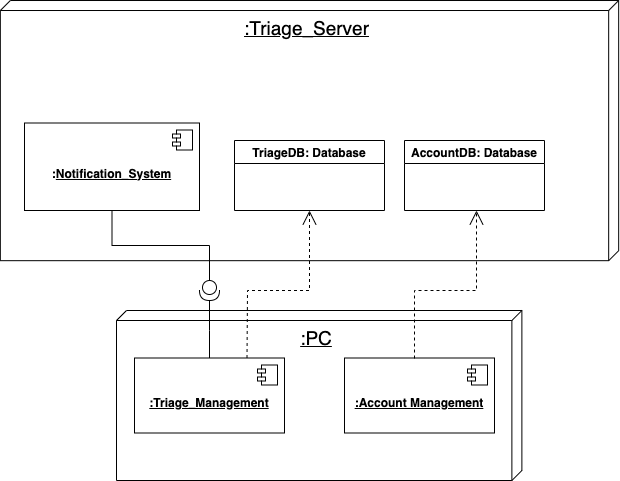
This is Milestone2/Diagrams/pngs/deployment.drawio.png from SENG-350-2024-fall/Team5, a draw.io export, as it was before one commit. Source tidied: cells renumbered, new cells last; positions are measured from the earlier drawing's top-left corner, leaving out a move shared by most shapes. Its diagram source:
```xml
<mxGraphModel>
  <root>
    <mxCell id="0" />
    <mxCell id="1" parent="0" />
    <mxCell id="2" value="&lt;font style=&quot;font-size: 19px;&quot;&gt;&lt;u&gt;:Triage_Server&lt;/u&gt;&lt;/font&gt;" style="verticalAlign=top;align=center;shape=cube;size=10;direction=south;fontStyle=0;html=1;boundedLbl=1;spacingLeft=5;whiteSpace=wrap;" parent="1" vertex="1">
      <mxGeometry x="-0.2" width="618.3" height="260.2" as="geometry" />
    </mxCell>
    <mxCell id="3" value="TriageDB: Database" style="swimlane;" parent="1" vertex="1">
      <mxGeometry x="234" y="140" width="150" height="70" as="geometry" />
    </mxCell>
    <mxCell id="4" value="&lt;font style=&quot;font-size: 19px;&quot;&gt;&lt;u&gt;:PC&lt;/u&gt;&lt;/font&gt;" style="verticalAlign=top;align=center;shape=cube;size=10;direction=south;fontStyle=0;html=1;boundedLbl=1;spacingLeft=5;whiteSpace=wrap;" parent="1" vertex="1">
      <mxGeometry x="116" y="310" width="405.4" height="170" as="geometry" />
    </mxCell>
    <mxCell id="5" value="&lt;br&gt;&lt;b&gt;&lt;u&gt;:Triage_Management&lt;/u&gt;&lt;/b&gt;" style="html=1;whiteSpace=wrap;" parent="1" vertex="1">
      <mxGeometry x="134" y="357.5" width="150" height="75" as="geometry" />
    </mxCell>
    <mxCell id="6" style="shape=module;jettyWidth=8;jettyHeight=4;" parent="5" vertex="1">
      <mxGeometry x="1" width="20" height="20" relative="1" as="geometry">
        <mxPoint x="-27" y="7" as="offset" />
      </mxGeometry>
    </mxCell>
    <mxCell id="7" value="&lt;u&gt;&lt;br&gt;&lt;b&gt;:Account Management&lt;/b&gt;&lt;/u&gt;" style="html=1;whiteSpace=wrap;" parent="1" vertex="1">
      <mxGeometry x="344" y="357.5" width="150" height="75" as="geometry" />
    </mxCell>
    <mxCell id="8" style="shape=module;jettyWidth=8;jettyHeight=4;" parent="7" vertex="1">
      <mxGeometry x="1" width="20" height="20" relative="1" as="geometry">
        <mxPoint x="-27" y="7" as="offset" />
      </mxGeometry>
    </mxCell>
    <mxCell id="9" value="&lt;br&gt;&lt;b&gt;:&lt;u&gt;Notification_System&lt;/u&gt;&lt;/b&gt;" style="html=1;whiteSpace=wrap;" parent="1" vertex="1">
      <mxGeometry x="24" y="122.5" width="175" height="87.5" as="geometry" />
    </mxCell>
    <mxCell id="10" style="shape=module;jettyWidth=8;jettyHeight=4;" parent="9" vertex="1">
      <mxGeometry x="1" width="20" height="20" relative="1" as="geometry">
        <mxPoint x="-27" y="7" as="offset" />
      </mxGeometry>
    </mxCell>
    <mxCell id="11" value="AccountDB: Database" style="swimlane;" parent="1" vertex="1">
      <mxGeometry x="404" y="140" width="140" height="70" as="geometry" />
    </mxCell>
    <mxCell id="12" style="edgeStyle=none;html=1;endArrow=open;endSize=12;dashed=1;verticalAlign=bottom;rounded=0;entryX=0.5;entryY=1;entryDx=0;entryDy=0;exitX=0.75;exitY=0;exitDx=0;exitDy=0;" parent="1" edge="1" source="5" target="3">
      <mxGeometry relative="1" as="geometry">
        <Array as="points">
          <mxPoint x="247" y="290" />
          <mxPoint x="309" y="290" />
        </Array>
      </mxGeometry>
    </mxCell>
    <mxCell id="13" style="edgeStyle=none;html=1;endArrow=open;endSize=12;dashed=1;verticalAlign=bottom;rounded=0;entryX=0.5;entryY=1;entryDx=0;entryDy=0;exitX=0.75;exitY=0;exitDx=0;exitDy=0;" parent="1" edge="1">
      <mxGeometry relative="1" as="geometry">
        <mxPoint x="414" y="358" as="sourcePoint" />
        <mxPoint x="476" y="210" as="targetPoint" />
        <Array as="points">
          <mxPoint x="414" y="290" />
          <mxPoint x="476" y="290" />
        </Array>
      </mxGeometry>
    </mxCell>
    <mxCell id="14" style="edgeStyle=orthogonalEdgeStyle;rounded=0;jettySize=auto;html=1;entryX=0.5;entryY=1;entryDx=0;entryDy=0;endArrow=none;endFill=0;" parent="1" edge="1" source="15" target="9">
      <mxGeometry relative="1" as="geometry" />
    </mxCell>
    <mxCell id="15" style="shape=providedRequiredInterface;html=1;verticalLabelPosition=bottom;sketch=0;rotation=90;" parent="1" vertex="1">
      <mxGeometry x="199" y="280" width="20" height="20" as="geometry" />
    </mxCell>
    <mxCell id="16" style="edgeStyle=orthogonalEdgeStyle;rounded=0;jettySize=auto;html=1;entryX=1;entryY=0.5;entryDx=0;entryDy=0;entryPerimeter=0;endArrow=none;endFill=0;" parent="1" edge="1" source="5" target="15">
      <mxGeometry relative="1" as="geometry">
        <Array as="points">
          <mxPoint x="209" y="330" />
          <mxPoint x="209" y="330" />
        </Array>
      </mxGeometry>
    </mxCell>
  </root>
</mxGraphModel>
```
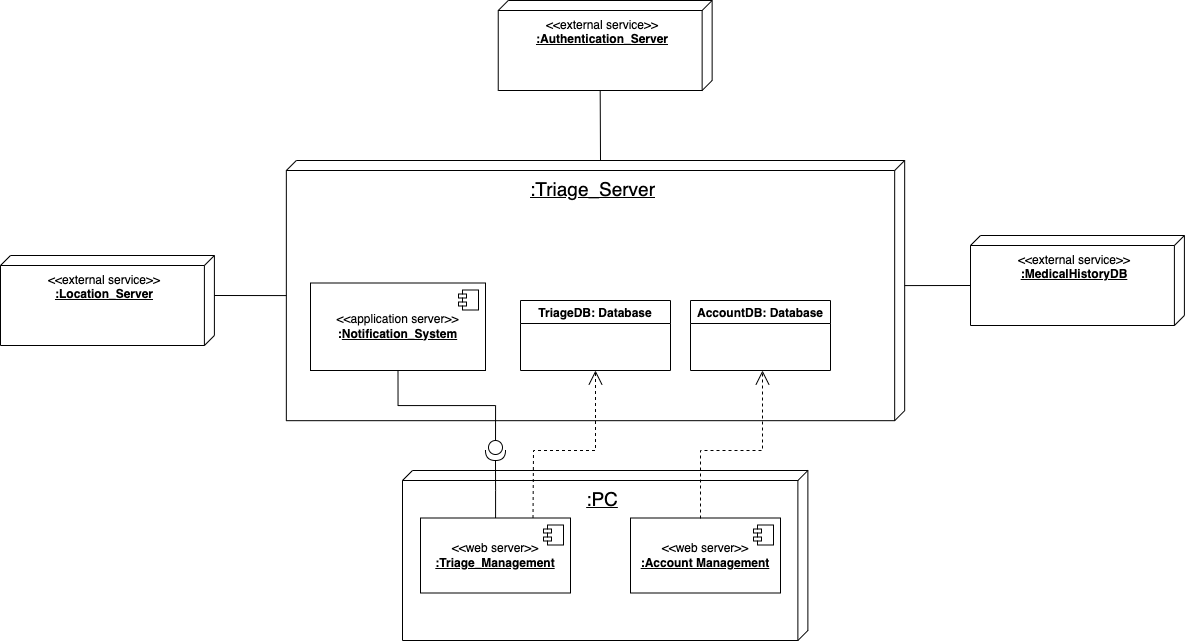
After the commit.

Commit message:
Updated component and deployment diagrams

Had to make some changes lol.

The edit, as a diff of the source:
```diff
@@ -11,7 +11,7 @@
     <mxCell id="4" value="&lt;font style=&quot;font-size: 19px;&quot;&gt;&lt;u&gt;:PC&lt;/u&gt;&lt;/font&gt;" style="verticalAlign=top;align=center;shape=cube;size=10;direction=south;fontStyle=0;html=1;boundedLbl=1;spacingLeft=5;whiteSpace=wrap;" parent="1" vertex="1">
       <mxGeometry x="116" y="310" width="405.4" height="170" as="geometry" />
     </mxCell>
-    <mxCell id="5" value="&lt;br&gt;&lt;b&gt;&lt;u&gt;:Triage_Management&lt;/u&gt;&lt;/b&gt;" style="html=1;whiteSpace=wrap;" parent="1" vertex="1">
+    <mxCell id="5" value="&amp;lt;&amp;lt;web server&amp;gt;&amp;gt;&lt;br&gt;&lt;b&gt;&lt;u&gt;:Triage_Management&lt;/u&gt;&lt;/b&gt;" style="html=1;whiteSpace=wrap;" parent="1" vertex="1">
       <mxGeometry x="134" y="357.5" width="150" height="75" as="geometry" />
     </mxCell>
     <mxCell id="6" style="shape=module;jettyWidth=8;jettyHeight=4;" parent="5" vertex="1">
@@ -19,7 +19,7 @@
         <mxPoint x="-27" y="7" as="offset" />
       </mxGeometry>
     </mxCell>
-    <mxCell id="7" value="&lt;u&gt;&lt;br&gt;&lt;b&gt;:Account Management&lt;/b&gt;&lt;/u&gt;" style="html=1;whiteSpace=wrap;" parent="1" vertex="1">
+    <mxCell id="7" value="&amp;lt;&amp;lt;web server&amp;gt;&amp;gt;&lt;br&gt;&lt;b style=&quot;text-decoration-line: underline;&quot;&gt;:Account Management&lt;/b&gt;" style="html=1;whiteSpace=wrap;" parent="1" vertex="1">
       <mxGeometry x="344" y="357.5" width="150" height="75" as="geometry" />
     </mxCell>
     <mxCell id="8" style="shape=module;jettyWidth=8;jettyHeight=4;" parent="7" vertex="1">
@@ -27,7 +27,7 @@
         <mxPoint x="-27" y="7" as="offset" />
       </mxGeometry>
     </mxCell>
-    <mxCell id="9" value="&lt;br&gt;&lt;b&gt;:&lt;u&gt;Notification_System&lt;/u&gt;&lt;/b&gt;" style="html=1;whiteSpace=wrap;" parent="1" vertex="1">
+    <mxCell id="9" value="&amp;lt;&amp;lt;application server&amp;gt;&amp;gt;&lt;br&gt;&lt;b&gt;:&lt;u&gt;Notification_System&lt;/u&gt;&lt;/b&gt;" style="html=1;whiteSpace=wrap;" parent="1" vertex="1">
       <mxGeometry x="24" y="122.5" width="175" height="87.5" as="geometry" />
     </mxCell>
     <mxCell id="10" style="shape=module;jettyWidth=8;jettyHeight=4;" parent="9" vertex="1">
@@ -70,5 +70,23 @@
         </Array>
       </mxGeometry>
     </mxCell>
+    <mxCell id="17" value="&lt;div&gt;&amp;lt;&amp;lt;external service&amp;gt;&amp;gt;&lt;/div&gt;&lt;font size=&quot;1&quot; style=&quot;&quot;&gt;&lt;u style=&quot;font-size: 12px;&quot;&gt;&lt;b&gt;:Authentication_Server&lt;/b&gt;&lt;/u&gt;&lt;/font&gt;" style="verticalAlign=top;align=center;shape=cube;size=10;direction=south;fontStyle=0;html=1;boundedLbl=1;spacingLeft=5;whiteSpace=wrap;" parent="1" vertex="1">
+      <mxGeometry x="211.7" y="-160" width="213.9" height="90" as="geometry" />
+    </mxCell>
+    <mxCell id="18" style="endArrow=none;html=1;rounded=0;entryX=0;entryY=0;entryDx=90;entryDy=111.95;entryPerimeter=0;exitX=0;exitY=0;exitDx=0;exitDy=304.16;exitPerimeter=0;" parent="1" edge="1" source="2" target="17">
+      <mxGeometry relative="1" as="geometry" />
+    </mxCell>
+    <mxCell id="19" value="&lt;div&gt;&amp;lt;&amp;lt;external service&amp;gt;&amp;gt;&lt;/div&gt;&lt;font size=&quot;1&quot; style=&quot;&quot;&gt;&lt;u style=&quot;font-size: 12px;&quot;&gt;&lt;b&gt;:MedicalHistoryDB&lt;/b&gt;&lt;/u&gt;&lt;/font&gt;" style="verticalAlign=top;align=center;shape=cube;size=10;direction=south;fontStyle=0;html=1;boundedLbl=1;spacingLeft=5;whiteSpace=wrap;" parent="1" vertex="1">
+      <mxGeometry x="684" y="75" width="213.9" height="90" as="geometry" />
+    </mxCell>
+    <mxCell id="20" style="endArrow=none;html=1;rounded=0;entryX=0;entryY=0;entryDx=125.08500000000001;entryDy=0;entryPerimeter=0;exitX=0;exitY=0;exitDx=50;exitDy=213.89999999999998;exitPerimeter=0;" parent="1" edge="1" source="19" target="2">
+      <mxGeometry relative="1" as="geometry" />
+    </mxCell>
+    <mxCell id="21" value="&lt;div&gt;&amp;lt;&amp;lt;external service&amp;gt;&amp;gt;&lt;/div&gt;&lt;font size=&quot;1&quot; style=&quot;&quot;&gt;&lt;u style=&quot;font-size: 12px;&quot;&gt;&lt;b&gt;:Location_Server&lt;/b&gt;&lt;/u&gt;&lt;/font&gt;" style="verticalAlign=top;align=center;shape=cube;size=10;direction=south;fontStyle=0;html=1;boundedLbl=1;spacingLeft=5;whiteSpace=wrap;" parent="1" vertex="1">
+      <mxGeometry x="-286" y="95" width="213.9" height="90" as="geometry" />
+    </mxCell>
+    <mxCell id="22" style="endArrow=none;html=1;rounded=0;entryX=0;entryY=0;entryDx=40;entryDy=0;entryPerimeter=0;exitX=0;exitY=0;exitDx=135.085;exitDy=618.32;exitPerimeter=0;" parent="1" edge="1" source="2" target="21">
+      <mxGeometry relative="1" as="geometry" />
+    </mxCell>
   </root>
 </mxGraphModel>
```
